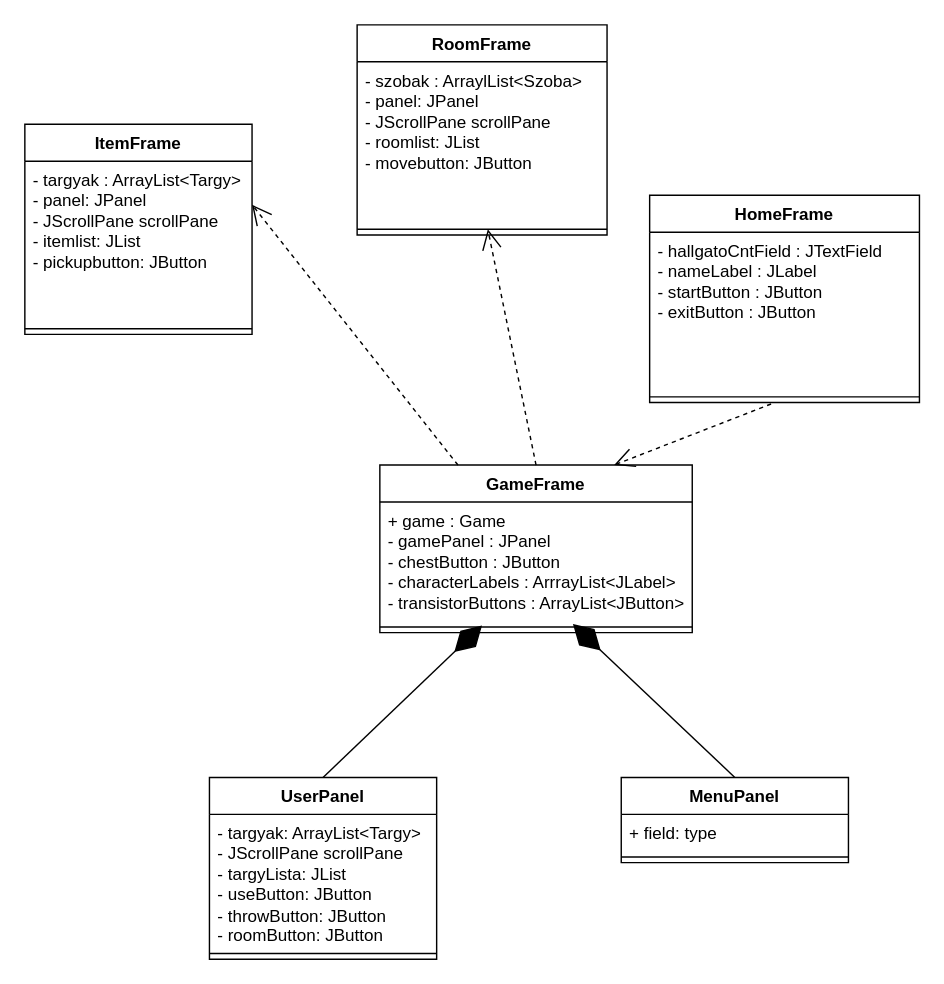
Above: Docs/Grafikus_UML.drawio in TarsolyLevente/projlab_pupakok (draw.io), before the change. Source tidied: cells renumbered, new cells numbered last; positions are measured from the earlier drawing's top-left corner, leaving out a move shared by most shapes. Both pictures are drawn from the tidied source at 142%, with x=0, y=0 at pixel (24, 24).
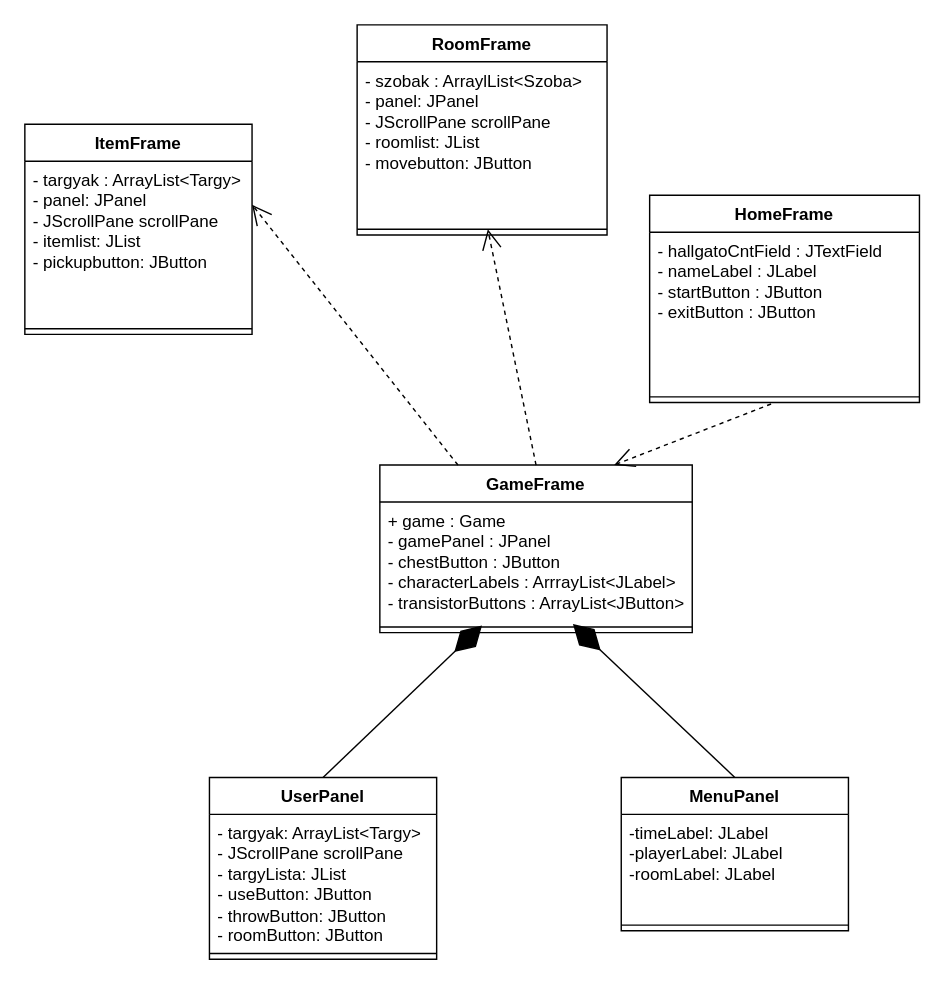
Above is the later version.

Commit message:
UML fasz oszt kész

Change to the diagram source:
```diff
@@
     <mxCell id="11" value="MenuPanel" style="swimlane;fontStyle=1;align=center;verticalAlign=top;horizontal=1;startSize=26;whiteSpace=wrap;html=1;" parent="1" vertex="1">
-      <mxGeometry x="420" y="530" width="160" height="60" as="geometry" />
+      <mxGeometry x="420" y="530" width="160" height="108" as="geometry" />
     </mxCell>
-    <mxCell id="12" value="+ field: type" style="text;strokeColor=none;fillColor=none;align=left;verticalAlign=top;spacingLeft=4;spacingRight=4;overflow=hidden;whiteSpace=wrap;html=1;" parent="11" vertex="1">
-      <mxGeometry y="26" width="160" height="26" as="geometry" />
+    <mxCell id="12" value="-timeLabel: JLabel&lt;div&gt;-playerLabel: JLabel&lt;/div&gt;&lt;div&gt;-roomLabel: JLabel&lt;/div&gt;" style="text;strokeColor=none;fillColor=none;align=left;verticalAlign=top;spacingLeft=4;spacingRight=4;overflow=hidden;whiteSpace=wrap;html=1;" parent="11" vertex="1">
+      <mxGeometry y="26" width="160" height="74" as="geometry" />
     </mxCell>
     <mxCell id="13" style="line;strokeWidth=1;fillColor=none;align=left;verticalAlign=middle;spacingTop=-1;spacingLeft=3;spacingRight=3;labelPosition=right;strokeColor=inherit;" parent="11" vertex="1">
-      <mxGeometry y="52" width="160" height="8" as="geometry" />
+      <mxGeometry y="100" width="160" height="8" as="geometry" />
     </mxCell>
```
